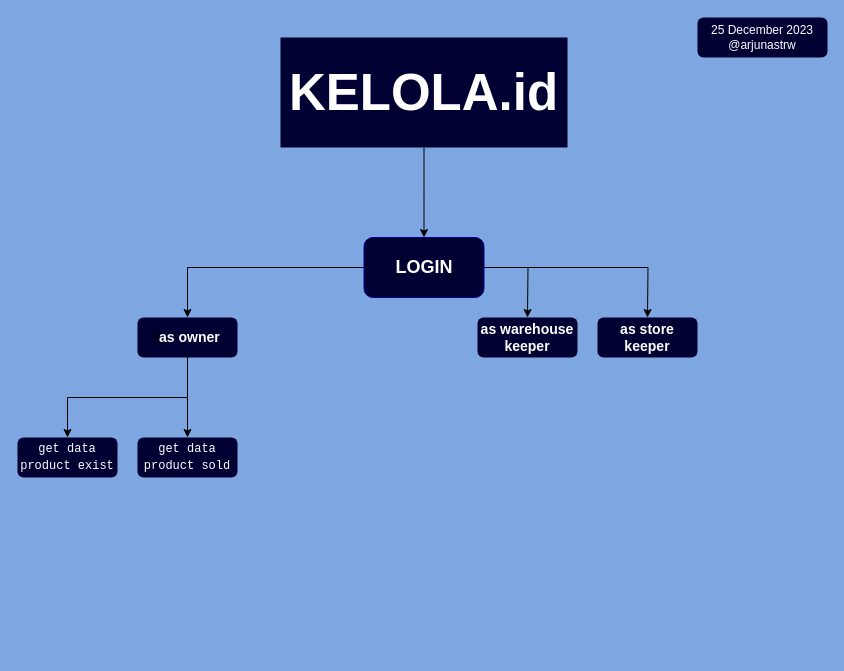
Before: kelola_id.drawio in arjunastrw/Kelola.id, a draw.io diagram. Source tidied: cells renumbered, new cells numbered last; positions are measured from the earlier drawing's top-left corner, leaving out a move shared by most shapes. Both pictures are drawn from the tidied source at 100%, with x=0, y=0 at pixel (17, 17).
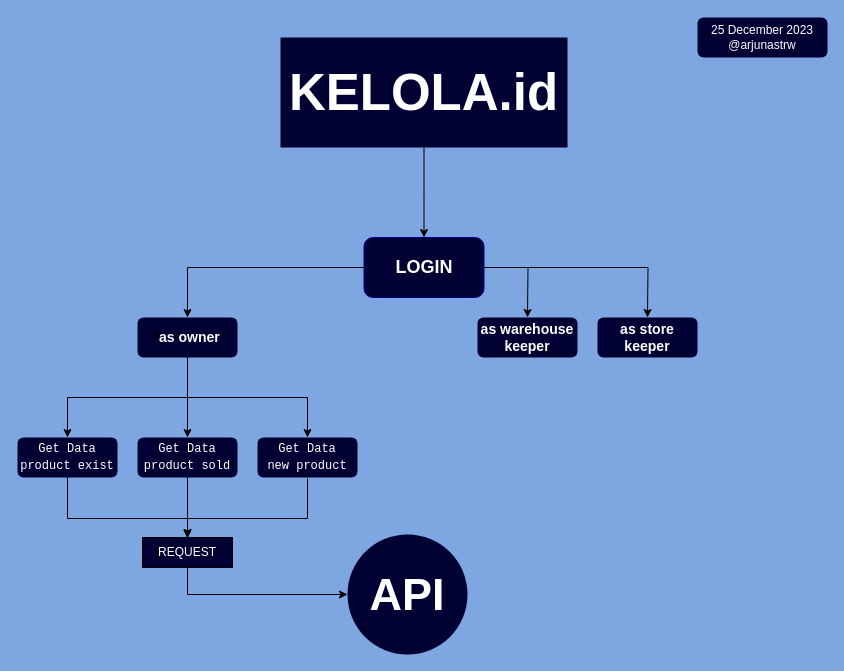
The same page after the edit.

Unchanged cells that the change refers to:
```xml
<mxCell id="10" value="&lt;h3&gt;t&lt;font color=&quot;#ffffff&quot;&gt;as owner&lt;/font&gt;&lt;/h3&gt;" style="rounded=1;whiteSpace=wrap;html=1;strokeColor=none;fillColor=#000033;" parent="1" vertex="1">
  <mxGeometry x="120" y="300" width="100" height="40" as="geometry" />
</mxCell>
```

Diff of the diagram source:
```diff
@@
+    <mxCell id="16" style="edgeStyle=orthogonalEdgeStyle;rounded=0;jettySize=auto;html=1;exitX=0.5;exitY=1;exitDx=0;exitDy=0;entryX=0.5;entryY=0;entryDx=0;entryDy=0;" parent="1" edge="1" source="10" target="20">
+      <mxGeometry relative="1" as="geometry" />
+    </mxCell>
@@
+    <mxCell id="17" style="edgeStyle=orthogonalEdgeStyle;rounded=0;jettySize=auto;html=1;exitX=0.5;exitY=1;exitDx=0;exitDy=0;" parent="1" edge="1" source="14" target="23">
+      <mxGeometry relative="1" as="geometry">
+        <Array as="points">
+          <mxPoint x="50" y="501" />
+          <mxPoint x="170" y="501" />
+        </Array>
+      </mxGeometry>
+    </mxCell>
-    <mxCell id="14" value="&lt;pre style=&quot;line-height: 40%;&quot;&gt;&lt;font color=&quot;#ffffff&quot;&gt;get data&lt;/font&gt;&lt;/pre&gt;&lt;pre style=&quot;line-height: 40%;&quot;&gt;&lt;font color=&quot;#ffffff&quot;&gt;product exist&lt;/font&gt;&lt;/pre&gt;" style="rounded=1;whiteSpace=wrap;html=1;strokeColor=none;fillColor=#000033;" parent="1" vertex="1">
+    <mxCell id="14" value="&lt;pre style=&quot;line-height: 40%;&quot;&gt;&lt;font color=&quot;#ffffff&quot;&gt;Get Data&lt;/font&gt;&lt;/pre&gt;&lt;pre style=&quot;line-height: 40%;&quot;&gt;&lt;font color=&quot;#ffffff&quot;&gt;product exist&lt;/font&gt;&lt;/pre&gt;" style="rounded=1;whiteSpace=wrap;html=1;strokeColor=none;fillColor=#000033;" parent="1" vertex="1">
       <mxGeometry y="420" width="100" height="40" as="geometry" />
     </mxCell>
+    <mxCell id="18" style="edgeStyle=orthogonalEdgeStyle;rounded=0;jettySize=auto;html=1;exitX=0.5;exitY=1;exitDx=0;exitDy=0;entryX=0.5;entryY=0;entryDx=0;entryDy=0;" parent="1" edge="1" source="15" target="23">
+      <mxGeometry relative="1" as="geometry" />
+    </mxCell>
-    <mxCell id="15" value="&lt;pre style=&quot;line-height: 40%;&quot;&gt;&lt;font color=&quot;#ffffff&quot;&gt;get data&lt;/font&gt;&lt;/pre&gt;&lt;pre style=&quot;line-height: 40%;&quot;&gt;&lt;font color=&quot;#ffffff&quot;&gt;product sold&lt;/font&gt;&lt;/pre&gt;" style="rounded=1;whiteSpace=wrap;html=1;strokeColor=none;fillColor=#000033;" parent="1" vertex="1">
+    <mxCell id="15" value="&lt;pre style=&quot;line-height: 40%;&quot;&gt;&lt;font color=&quot;#ffffff&quot;&gt;Get Data&lt;/font&gt;&lt;/pre&gt;&lt;pre style=&quot;line-height: 40%;&quot;&gt;&lt;font color=&quot;#ffffff&quot;&gt;product sold&lt;/font&gt;&lt;/pre&gt;" style="rounded=1;whiteSpace=wrap;html=1;strokeColor=none;fillColor=#000033;" parent="1" vertex="1">
       <mxGeometry x="120" y="420" width="100" height="40" as="geometry" />
     </mxCell>
+    <mxCell id="19" style="edgeStyle=orthogonalEdgeStyle;rounded=0;orthogonalLoop=1;jettySize=auto;html=1;exitX=0.5;exitY=1;exitDx=0;exitDy=0;entryX=0.5;entryY=0;entryDx=0;entryDy=0;" parent="1" edge="1">
+      <mxGeometry relative="1" as="geometry">
+        <mxPoint x="290" y="461" as="sourcePoint" />
+        <mxPoint x="170" y="521" as="targetPoint" />
+        <Array as="points">
+          <mxPoint x="290" y="501" />
+          <mxPoint x="170" y="501" />
+        </Array>
+      </mxGeometry>
+    </mxCell>
+    <mxCell id="20" value="&lt;pre style=&quot;line-height: 40%;&quot;&gt;&lt;font color=&quot;#ffffff&quot;&gt;Get Data&lt;/font&gt;&lt;/pre&gt;&lt;pre style=&quot;line-height: 40%;&quot;&gt;&lt;font color=&quot;#ffffff&quot;&gt;new product&lt;/font&gt;&lt;br&gt;&lt;/pre&gt;" style="rounded=1;whiteSpace=wrap;html=1;strokeColor=none;fillColor=#000033;" parent="1" vertex="1">
+      <mxGeometry x="240" y="420" width="100" height="40" as="geometry" />
+    </mxCell>
+    <mxCell id="21" value="&lt;h1&gt;&lt;font style=&quot;font-size: 45px;&quot; color=&quot;#ffffff&quot;&gt;API&lt;/font&gt;&lt;/h1&gt;" style="ellipse;whiteSpace=wrap;html=1;strokeColor=none;fillColor=#000033;" parent="1" vertex="1">
+      <mxGeometry x="330" y="517" width="120" height="120" as="geometry" />
+    </mxCell>
+    <mxCell id="22" style="edgeStyle=orthogonalEdgeStyle;rounded=0;jettySize=auto;html=1;exitX=0.5;exitY=1;exitDx=0;exitDy=0;entryX=0;entryY=0.5;entryDx=0;entryDy=0;" parent="1" edge="1" source="23" target="21">
+      <mxGeometry relative="1" as="geometry" />
+    </mxCell>
+    <mxCell id="23" value="&lt;font color=&quot;#ffffff&quot;&gt;REQUEST&lt;/font&gt;" style="whiteSpace=wrap;html=1;fillColor=#000033;" parent="1" vertex="1">
+      <mxGeometry x="125" y="520" width="90" height="30" as="geometry" />
+    </mxCell>
```
